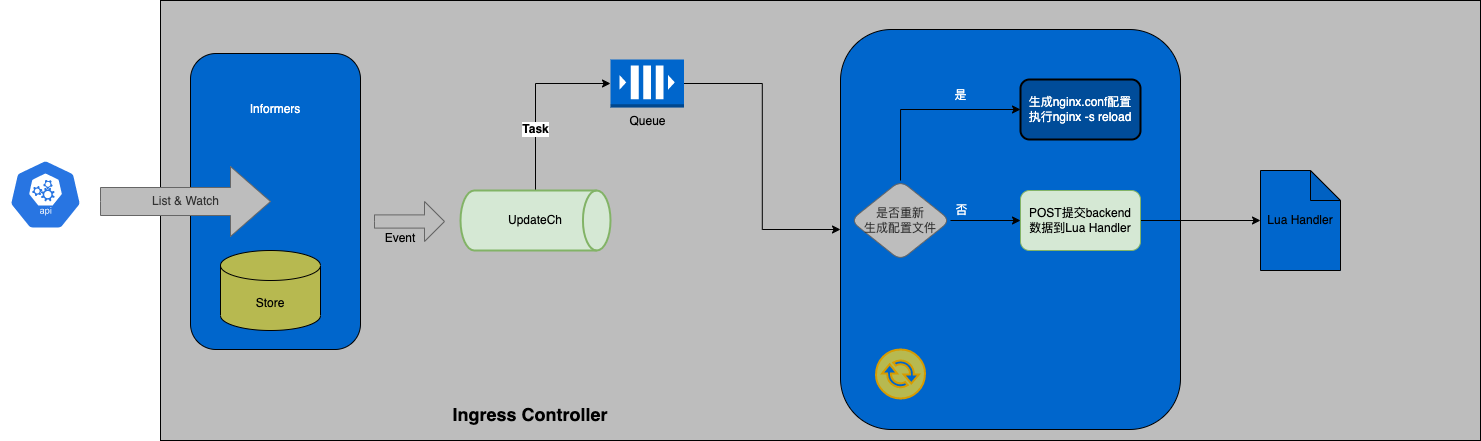
Above: diagrams/ingress-nginx-controller.png in kbsonlong/notes_statics (draw.io), before the change. Source tidied: cells renumbered, new cells last; positions are measured from the earlier drawing's top-left corner, leaving out a move shared by most shapes.
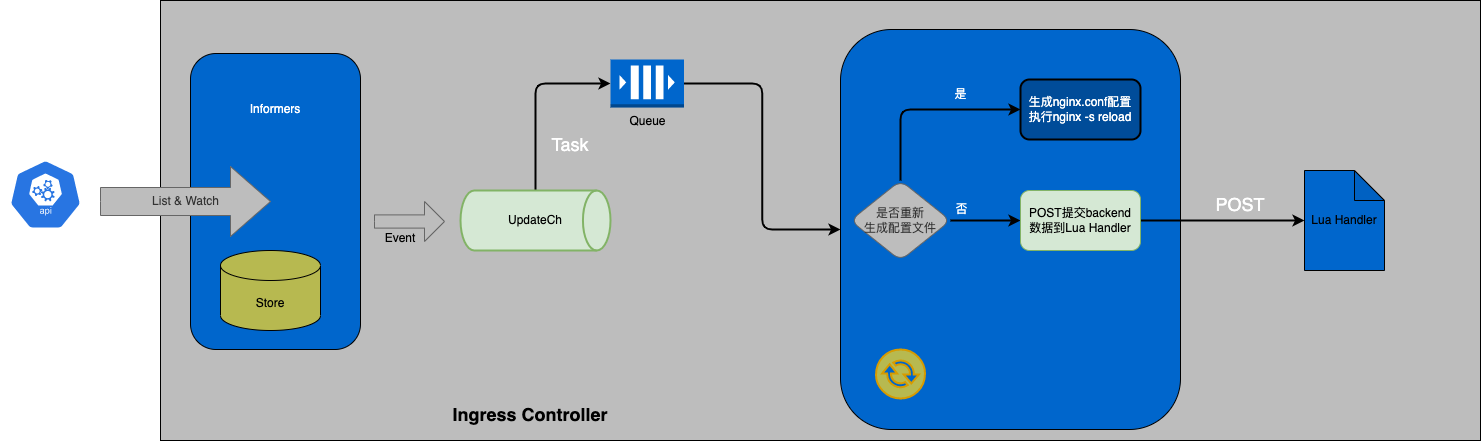
Later version of the same file.

The edit, as a diff of the source:
```diff
@@ -14,13 +14,13 @@
     <mxCell id="5" style="rounded=1;whiteSpace=wrap;html=1;fillColor=#0066CC;" parent="1" vertex="1">
       <mxGeometry x="190" y="53" width="170" height="296" as="geometry" />
     </mxCell>
-    <mxCell id="6" value="&lt;b&gt;Task&lt;/b&gt;" style="edgeStyle=orthogonalEdgeStyle;rounded=0;jettySize=auto;html=1;entryX=0;entryY=0.5;entryDx=0;entryDy=0;entryPerimeter=0;fontColor=#000000;" parent="1" edge="1" source="7" target="9">
+    <mxCell id="6" style="edgeStyle=orthogonalEdgeStyle;rounded=1;jettySize=auto;html=1;entryX=0;entryY=0.5;entryDx=0;entryDy=0;entryPerimeter=0;fontColor=#000000;strokeWidth=2;" parent="1" edge="1" source="7" target="9">
       <mxGeometry x="-0.33" relative="1" as="geometry" />
     </mxCell>
     <mxCell id="7" value="UpdateCh" style="strokeWidth=2;html=1;shape=mxgraph.flowchart.direct_data;whiteSpace=wrap;fillColor=#d5e8d4;strokeColor=#82b366;" parent="1" vertex="1">
       <mxGeometry x="460" y="190" width="150" height="60" as="geometry" />
     </mxCell>
-    <mxCell id="8" style="edgeStyle=orthogonalEdgeStyle;rounded=0;jettySize=auto;html=1;entryX=0;entryY=0.5;entryDx=0;entryDy=0;fontSize=18;fontColor=#000000;" parent="1" edge="1" source="9" target="10">
+    <mxCell id="8" style="edgeStyle=orthogonalEdgeStyle;rounded=1;jettySize=auto;html=1;entryX=0;entryY=0.5;entryDx=0;entryDy=0;fontSize=18;fontColor=#000000;strokeWidth=2;" parent="1" edge="1" source="9" target="10">
       <mxGeometry relative="1" as="geometry" />
     </mxCell>
     <mxCell id="9" value="Queue" style="outlineConnect=0;dashed=0;verticalLabelPosition=bottom;verticalAlign=top;align=center;html=1;shape=mxgraph.aws3.queue;fillColor=#0066CC;strokeColor=#6c8ebf;" parent="1" vertex="1">
@@ -30,9 +30,9 @@
       <mxGeometry x="840" y="29" width="340" height="400" as="geometry" />
     </mxCell>
     <mxCell id="11" value="Lua Handler" style="shape=note;whiteSpace=wrap;html=1;backgroundOutline=1;darkOpacity=0.05;fillColor=#0066CC;" parent="1" vertex="1">
-      <mxGeometry x="1260" y="170" width="80" height="100" as="geometry" />
+      <mxGeometry x="1304" y="170" width="80" height="100" as="geometry" />
     </mxCell>
-    <mxCell id="12" style="edgeStyle=orthogonalEdgeStyle;rounded=0;jettySize=auto;html=1;" parent="1" edge="1" source="16" target="18">
+    <mxCell id="12" style="edgeStyle=orthogonalEdgeStyle;rounded=1;jettySize=auto;html=1;strokeWidth=2;" parent="1" edge="1" source="16" target="18">
       <mxGeometry relative="1" as="geometry" />
     </mxCell>
     <mxCell id="13" value="否" style="edgeLabel;html=1;align=center;verticalAlign=middle;labelBackgroundColor=none;fontColor=#FFFFFF;" parent="12" vertex="1">
@@ -40,7 +40,7 @@
         <mxPoint x="-24" y="-12" as="offset" />
       </mxGeometry>
     </mxCell>
-    <mxCell id="14" style="edgeStyle=orthogonalEdgeStyle;rounded=0;jettySize=auto;html=1;exitX=0.5;exitY=0;exitDx=0;exitDy=0;entryX=0;entryY=0.5;entryDx=0;entryDy=0;" parent="1" edge="1" source="16" target="19">
+    <mxCell id="14" style="edgeStyle=orthogonalEdgeStyle;rounded=1;jettySize=auto;html=1;exitX=0.5;exitY=0;exitDx=0;exitDy=0;entryX=0;entryY=0.5;entryDx=0;entryDy=0;strokeWidth=2;" parent="1" edge="1" source="16" target="19">
       <mxGeometry relative="1" as="geometry" />
     </mxCell>
     <mxCell id="15" value="是" style="edgeLabel;html=1;align=center;verticalAlign=middle;labelBackgroundColor=none;fontColor=#FFFFFF;" parent="14" vertex="1">
@@ -51,7 +51,7 @@
     <mxCell id="16" value="是否重新&lt;br&gt;生成配置文件" style="rhombus;whiteSpace=wrap;html=1;rounded=1;fillColor=#BDBDBD;strokeColor=#666666;fontColor=#333333;" parent="1" vertex="1">
       <mxGeometry x="850" y="180" width="100" height="80" as="geometry" />
     </mxCell>
-    <mxCell id="17" style="edgeStyle=orthogonalEdgeStyle;rounded=0;jettySize=auto;html=1;" parent="1" edge="1" source="18" target="11">
+    <mxCell id="17" style="edgeStyle=orthogonalEdgeStyle;rounded=1;jettySize=auto;html=1;strokeWidth=2;" parent="1" edge="1" source="18" target="11">
       <mxGeometry relative="1" as="geometry" />
     </mxCell>
     <mxCell id="18" value="POST提交backend&lt;br&gt;数据到Lua Handler" style="whiteSpace=wrap;html=1;fillColor=#d5e8d4;strokeColor=#82b366;rounded=1;" parent="1" vertex="1">
@@ -78,5 +78,11 @@
     <mxCell id="25" style="sketch=0;shadow=0;dashed=0;html=1;strokeColor=#d79b00;fillColor=#B7B950;labelPosition=center;verticalLabelPosition=bottom;verticalAlign=top;align=center;shape=mxgraph.office.communications.exchange_active_sync;strokeWidth=2;fontSize=18;" parent="1" vertex="1">
       <mxGeometry x="875.5" y="349" width="49" height="49" as="geometry" />
     </mxCell>
+    <mxCell id="26" value="POST" style="text;html=1;strokeColor=none;fillColor=none;align=center;verticalAlign=middle;whiteSpace=wrap;rounded=0;shadow=0;labelBackgroundColor=none;strokeWidth=2;fontSize=18;fontColor=#FFFFFF;" parent="1" vertex="1">
+      <mxGeometry x="1210" y="189" width="60" height="30" as="geometry" />
+    </mxCell>
+    <mxCell id="27" value="Task" style="text;html=1;strokeColor=none;fillColor=none;align=center;verticalAlign=middle;whiteSpace=wrap;rounded=0;shadow=0;labelBackgroundColor=none;strokeWidth=2;fontSize=18;fontColor=#FFFFFF;" parent="1" vertex="1">
+      <mxGeometry x="540" y="129" width="60" height="30" as="geometry" />
+    </mxCell>
   </root>
 </mxGraphModel>
```
